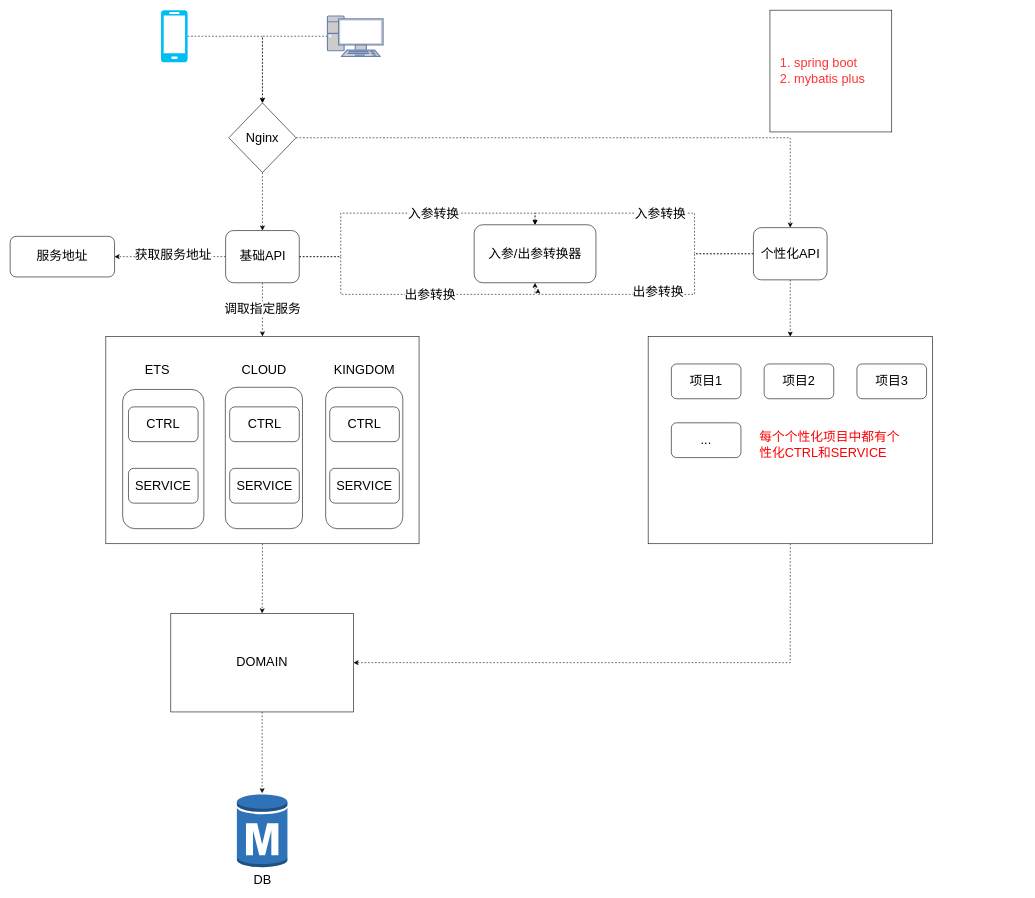
ammengke/my-drawio keeps this draw.io diagram as 基金流程图.drawio. Above is the earlier version. Source tidied: cells renumbered, new cells numbered last; positions are measured from the earlier drawing's top-left corner, leaving out a move shared by most shapes. Both pictures are drawn from the tidied source at 58%, with x=0, y=0 at pixel (10, 10).
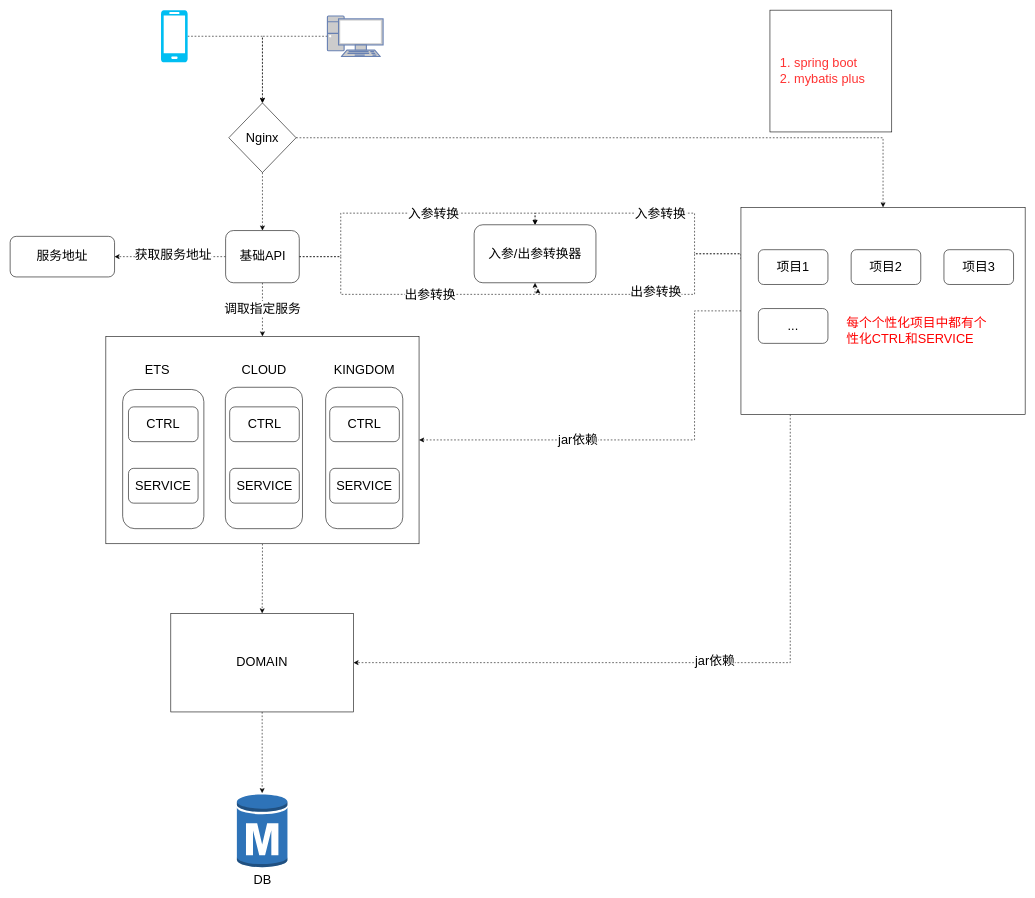
After the change.

Commit message (it also covers changes not shown here):
Update 基金流程图.drawio

The change refers to these unchanged cells:
```xml
<mxCell id="7" style="rounded=0;whiteSpace=wrap;html=1;fontSize=22;" parent="1" vertex="1">
  <mxGeometry x="165" y="562.5" width="540" height="357.5" as="geometry" />
</mxCell>
<mxCell id="12" value="Nginx" style="rhombus;whiteSpace=wrap;html=1;fontSize=22;" parent="1" vertex="1">
  <mxGeometry x="377" y="160" width="116" height="120" as="geometry" />
</mxCell>
<mxCell id="15" value="入参/出参转换器" style="rounded=1;whiteSpace=wrap;html=1;fontSize=22;fontColor=#000000;align=center;" parent="1" vertex="1">
  <mxGeometry x="800" y="370" width="210" height="100" as="geometry" />
</mxCell>
<mxCell id="43" style="edgeStyle=orthogonalEdgeStyle;rounded=0;jettySize=auto;html=1;entryX=1;entryY=0.5;entryDx=0;entryDy=0;dashed=1;fontSize=22;fontColor=#FF0000;" parent="1" edge="1" source="44" target="35">
  <mxGeometry relative="1" as="geometry">
    <Array as="points">
      <mxPoint x="1345" y="1125" />
    </Array>
  </mxGeometry>
</mxCell>
```

Diff of the diagram source:
```diff
@@
-    <mxCell id="11" style="edgeStyle=orthogonalEdgeStyle;rounded=0;jettySize=auto;html=1;entryX=0.5;entryY=0;entryDx=0;entryDy=0;dashed=1;fontSize=22;fontColor=#000000;" parent="1" edge="1" source="12" target="42">
+    <mxCell id="11" style="edgeStyle=orthogonalEdgeStyle;rounded=0;jettySize=auto;html=1;entryX=0.5;entryY=0;entryDx=0;entryDy=0;dashed=1;fontSize=22;fontColor=#000000;" parent="1" edge="1" source="12" target="44">
       <mxGeometry relative="1" as="geometry" />
     </mxCell>
@@
-    <mxCell id="37" style="edgeStyle=orthogonalEdgeStyle;rounded=0;jettySize=auto;html=1;entryX=0.5;entryY=0;entryDx=0;entryDy=0;dashed=1;fontSize=22;fontColor=#000000;" parent="1" edge="1" source="42" target="15">
+    <mxCell id="37" style="edgeStyle=orthogonalEdgeStyle;rounded=0;jettySize=auto;html=1;entryX=0.5;entryY=0;entryDx=0;entryDy=0;dashed=1;fontSize=22;fontColor=#000000;" parent="1" edge="1" target="15">
       <mxGeometry relative="1" as="geometry">
+        <mxPoint x="1281.5" y="420" as="sourcePoint" />
         <Array as="points">
           <mxPoint x="1180" y="420" />
           <mxPoint x="1180" y="350" />
           <mxPoint x="905" y="350" />
         </Array>
       </mxGeometry>
     </mxCell>
@@
-    <mxCell id="39" style="edgeStyle=orthogonalEdgeStyle;rounded=0;jettySize=auto;html=1;dashed=1;fontSize=22;fontColor=#000000;" parent="1" edge="1" source="42">
+    <mxCell id="39" style="edgeStyle=orthogonalEdgeStyle;rounded=0;jettySize=auto;html=1;dashed=1;fontSize=22;fontColor=#000000;exitX=0;exitY=0.25;exitDx=0;exitDy=0;" parent="1" edge="1" source="44">
       <mxGeometry relative="1" as="geometry">
         <mxPoint x="910" y="480" as="targetPoint" />
         <Array as="points">
+          <mxPoint x="1260" y="420" />
           <mxPoint x="1180" y="420" />
           <mxPoint x="1180" y="490" />
           <mxPoint x="910" y="490" />
         </Array>
       </mxGeometry>
     </mxCell>
@@
-    <mxCell id="41" style="edgeStyle=orthogonalEdgeStyle;rounded=0;jettySize=auto;html=1;dashed=1;fontSize=22;fontColor=#FF0000;" parent="1" edge="1" source="42" target="44">
-      <mxGeometry relative="1" as="geometry" />
-    </mxCell>
-    <mxCell id="42" value="个性化API" style="rounded=1;whiteSpace=wrap;html=1;fontSize=22;fontColor=#000000;align=center;" parent="1" vertex="1">
-      <mxGeometry x="1281.5" y="375" width="127" height="90" as="geometry" />
-    </mxCell>
@@
+    <mxCell id="51" value="jar依赖" style="text;html=1;align=center;verticalAlign=middle;labelBackgroundColor=#ffffff;fontSize=22;fontColor=#000000;" parent="43" vertex="1">
+      <mxGeometry x="-0.28" y="-131" relative="1" as="geometry" />
+    </mxCell>
+    <mxCell id="52" style="edgeStyle=orthogonalEdgeStyle;rounded=0;jettySize=auto;html=1;dashed=1;fontSize=22;fontColor=#000000;" parent="1" edge="1" source="44" target="7">
+      <mxGeometry relative="1" as="geometry">
+        <Array as="points">
+          <mxPoint x="1180" y="519" />
+          <mxPoint x="1180" y="741" />
+        </Array>
+      </mxGeometry>
+    </mxCell>
+    <mxCell id="53" value="jar依赖" style="text;html=1;align=center;verticalAlign=middle;labelBackgroundColor=#ffffff;fontSize=22;fontColor=#000000;" parent="52" vertex="1">
+      <mxGeometry x="0.3" relative="1" as="geometry">
+        <mxPoint x="1" as="offset" />
+      </mxGeometry>
+    </mxCell>
     <mxCell id="44" style="rounded=0;whiteSpace=wrap;html=1;fontSize=22;fontColor=#000000;align=center;" parent="1" vertex="1">
-      <mxGeometry x="1100" y="563" width="490" height="357" as="geometry" />
+      <mxGeometry x="1260" y="340" width="490" height="357" as="geometry" />
     </mxCell>
     <mxCell id="45" value="项目1" style="rounded=1;whiteSpace=wrap;html=1;fontSize=22;fontColor=#000000;align=center;" parent="1" vertex="1">
-      <mxGeometry x="1140" y="610" width="120" height="60" as="geometry" />
+      <mxGeometry x="1290" y="413" width="120" height="60" as="geometry" />
     </mxCell>
     <mxCell id="46" value="项目2" style="rounded=1;whiteSpace=wrap;html=1;fontSize=22;fontColor=#000000;align=center;" parent="1" vertex="1">
-      <mxGeometry x="1300" y="610" width="120" height="60" as="geometry" />
+      <mxGeometry x="1450" y="413" width="120" height="60" as="geometry" />
     </mxCell>
     <mxCell id="47" value="项目3" style="rounded=1;whiteSpace=wrap;html=1;fontSize=22;fontColor=#000000;align=center;" parent="1" vertex="1">
-      <mxGeometry x="1460" y="610" width="120" height="60" as="geometry" />
+      <mxGeometry x="1610" y="413" width="120" height="60" as="geometry" />
     </mxCell>
     <mxCell id="48" value="..." style="rounded=1;whiteSpace=wrap;html=1;fontSize=22;fontColor=#000000;align=center;" parent="1" vertex="1">
-      <mxGeometry x="1140" y="711.5" width="120" height="60" as="geometry" />
+      <mxGeometry x="1290" y="514.5" width="120" height="60" as="geometry" />
     </mxCell>
     <mxCell id="49" value="每个个性化项目中都有个性化CTRL和SERVICE" style="text;html=1;strokeColor=none;fillColor=none;align=left;verticalAlign=middle;whiteSpace=wrap;rounded=0;fontSize=22;fontColor=#FF0000;" parent="1" vertex="1">
-      <mxGeometry x="1290" y="740" width="260" height="20" as="geometry" />
+      <mxGeometry x="1440" y="543" width="260" height="20" as="geometry" />
     </mxCell>
```
